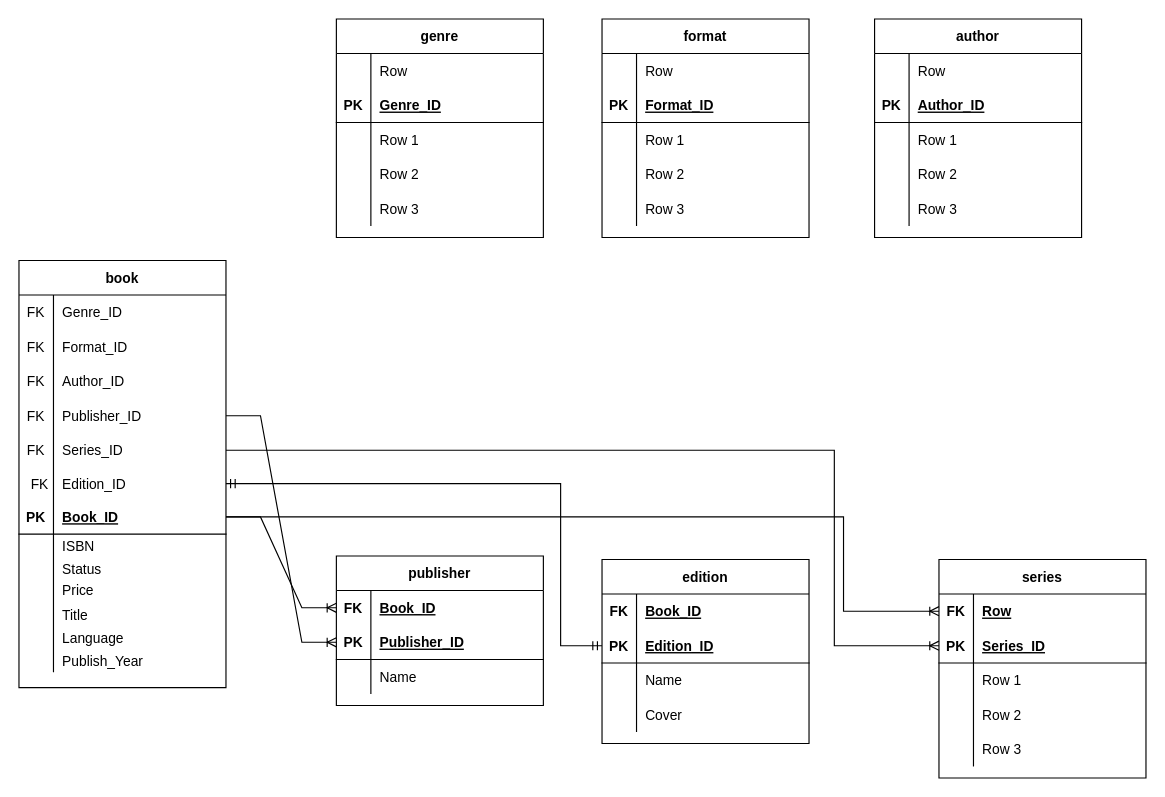
Before: Aufgabe2.drawio in ediiiz/ediiiz.github.io, a draw.io diagram. Source tidied: cells renumbered, new cells numbered last; positions are measured from the earlier drawing's top-left corner, leaving out a move shared by most shapes. Both pictures are drawn from the tidied source at 115%, with x=0, y=0 at pixel (18, 18).
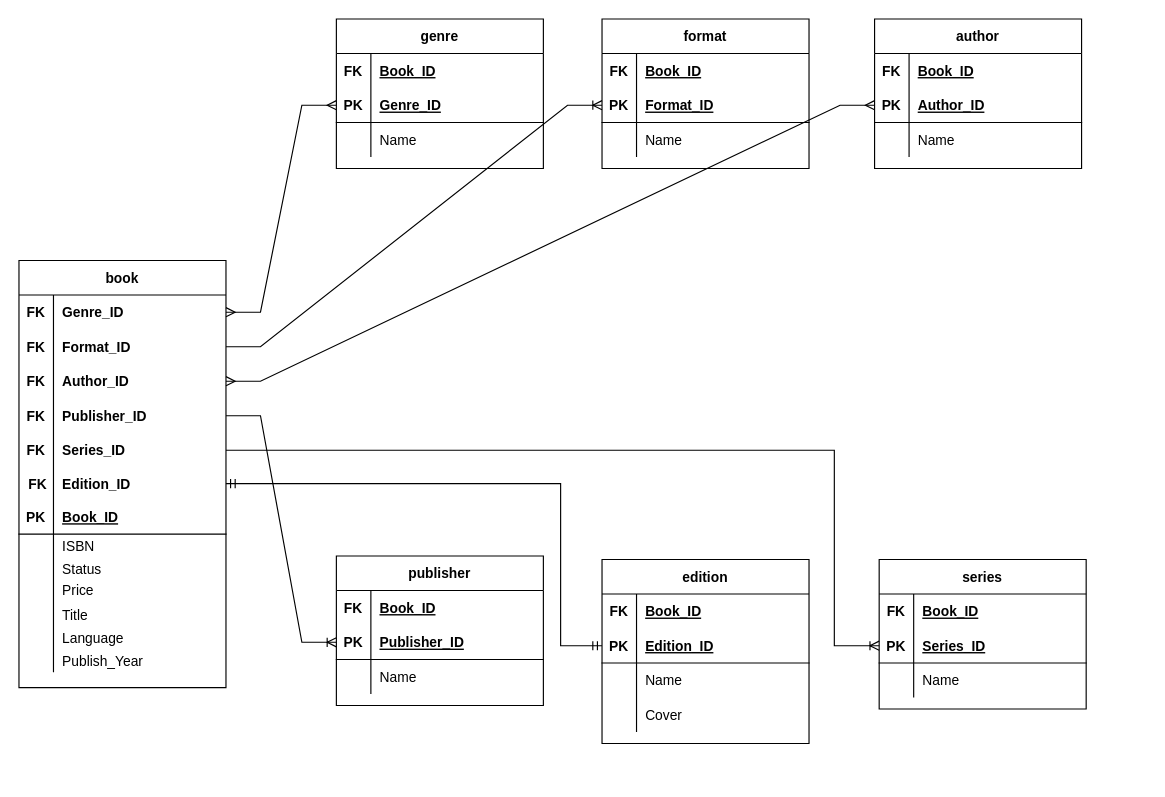
The same diagram, later.

The change refers to these unchanged cells:
```xml
<mxCell id="2" value="book" style="shape=table;startSize=30;childLayout=tableLayout;rowLines=0;fontStyle=1;align=center;" parent="1" vertex="1">
  <mxGeometry y="210" width="180" height="371.4" as="geometry" />
</mxCell>
<mxCell id="3" style="shape=partialRectangle;fillColor=none;top=0;left=0;bottom=0;right=0;points=[[0,0.5],[1,0.5]];portConstraint=eastwest;" parent="2" vertex="1">
  <mxGeometry y="30" width="180" height="30" as="geometry" />
</mxCell>
<mxCell id="6" style="shape=partialRectangle;fillColor=none;top=0;left=0;bottom=0;right=0;points=[[0,0.5],[1,0.5]];portConstraint=eastwest;" parent="2" vertex="1">
  <mxGeometry y="60" width="180" height="30" as="geometry" />
</mxCell>
<mxCell id="9" style="shape=partialRectangle;fillColor=none;top=0;left=0;bottom=0;right=0;points=[[0,0.5],[1,0.5]];portConstraint=eastwest;" parent="2" vertex="1">
  <mxGeometry y="90" width="180" height="30" as="geometry" />
</mxCell>
<mxCell id="15" style="shape=partialRectangle;fillColor=none;top=0;left=0;bottom=0;right=0;points=[[0,0.5],[1,0.5]];portConstraint=eastwest;" parent="2" vertex="1">
  <mxGeometry y="150" width="180" height="30" as="geometry" />
</mxCell>
<mxCell id="18" style="shape=partialRectangle;fillColor=none;top=0;left=0;bottom=0;right=0;points=[[0,0.5],[1,0.5]];portConstraint=eastwest;" parent="2" vertex="1">
  <mxGeometry y="180" width="180" height="28" as="geometry" />
</mxCell>
<mxCell id="21" style="shape=partialRectangle;fillColor=none;top=0;left=0;bottom=1;right=0;points=[[0,0.5],[1,0.5]];portConstraint=eastwest;" parent="2" vertex="1">
  <mxGeometry y="208" width="180" height="30" as="geometry" />
</mxCell>
<mxCell id="43" style="shape=partialRectangle;fillColor=none;top=0;left=0;bottom=0;right=0;" parent="42" vertex="1">
  <mxGeometry y="30" width="180" height="30" as="geometry" />
</mxCell>
<mxCell id="46" style="shape=partialRectangle;fillColor=none;top=0;left=0;bottom=1;right=0;points=[[0,0.5],[1,0.5]];portConstraint=eastwest;" parent="42" vertex="1">
  <mxGeometry y="60" width="180" height="30" as="geometry" />
</mxCell>
<mxCell id="49" style="shape=partialRectangle;fillColor=none;top=0;left=0;bottom=0;right=0;" parent="42" vertex="1">
  <mxGeometry y="90" width="180" height="30" as="geometry" />
</mxCell>
<mxCell id="72" style="shape=partialRectangle;fillColor=none;top=0;left=0;bottom=0;right=0;points=[[0,0.5],[1,0.5]];portConstraint=eastwest;" parent="71" vertex="1">
  <mxGeometry y="30" width="180" height="30" as="geometry" />
</mxCell>
<mxCell id="78" style="shape=partialRectangle;fillColor=none;top=0;left=0;bottom=0;right=0;" parent="71" vertex="1">
  <mxGeometry y="90" width="180" height="30" as="geometry" />
</mxCell>
<mxCell id="88" style="shape=partialRectangle;fillColor=none;top=0;left=0;bottom=0;right=0;" parent="87" vertex="1">
  <mxGeometry y="30" width="180" height="30" as="geometry" />
</mxCell>
<mxCell id="91" style="shape=partialRectangle;fillColor=none;top=0;left=0;bottom=1;right=0;points=[[0,0.5],[1,0.5]];portConstraint=eastwest;" parent="87" vertex="1">
  <mxGeometry y="60" width="180" height="30" as="geometry" />
</mxCell>
<mxCell id="94" style="shape=partialRectangle;fillColor=none;top=0;left=0;bottom=0;right=0;" parent="87" vertex="1">
  <mxGeometry y="90" width="180" height="30" as="geometry" />
</mxCell>
<mxCell id="104" style="shape=partialRectangle;fillColor=none;top=0;left=0;bottom=0;right=0;" parent="103" vertex="1">
  <mxGeometry y="30" width="180" height="30" as="geometry" />
</mxCell>
<mxCell id="107" style="shape=partialRectangle;fillColor=none;top=0;left=0;bottom=1;right=0;points=[[0,0.5],[1,0.5]];portConstraint=eastwest;" parent="103" vertex="1">
  <mxGeometry y="60" width="180" height="30" as="geometry" />
</mxCell>
<mxCell id="110" style="shape=partialRectangle;fillColor=none;top=0;left=0;bottom=0;right=0;" parent="103" vertex="1">
  <mxGeometry y="90" width="180" height="30" as="geometry" />
</mxCell>
<mxCell id="120" style="shape=partialRectangle;fillColor=none;top=0;left=0;bottom=0;right=0;points=[[0,0.5],[1,0.5]];portConstraint=eastwest;fontStyle=0;" parent="119" vertex="1">
  <mxGeometry y="30" width="180" height="30" as="geometry" />
</mxCell>
```

Change to the diagram source:
```diff
@@
-    <mxCell id="4" value="FK" style="shape=partialRectangle;fillColor=none;top=0;left=0;bottom=0;right=0;overflow=hidden;" parent="3" vertex="1">
+    <mxCell id="4" value="FK" style="shape=partialRectangle;fillColor=none;top=0;left=0;bottom=0;right=0;overflow=hidden;fontStyle=1;" parent="3" vertex="1">
       <mxGeometry width="30" height="30" as="geometry" />
     </mxCell>
-    <mxCell id="5" value="Genre_ID" style="shape=partialRectangle;fillColor=none;top=0;left=0;bottom=0;right=0;align=left;spacingLeft=6;overflow=hidden;" parent="3" vertex="1">
+    <mxCell id="5" value="Genre_ID" style="shape=partialRectangle;fillColor=none;top=0;left=0;bottom=0;right=0;align=left;spacingLeft=6;overflow=hidden;fontStyle=1;" parent="3" vertex="1">
       <mxGeometry x="30" width="150" height="30" as="geometry" />
     </mxCell>
@@
-    <mxCell id="7" value="FK" style="shape=partialRectangle;fillColor=none;top=0;left=0;bottom=0;right=0;overflow=hidden;" parent="6" vertex="1">
+    <mxCell id="7" value="FK" style="shape=partialRectangle;fillColor=none;top=0;left=0;bottom=0;right=0;overflow=hidden;fontStyle=1;" parent="6" vertex="1">
       <mxGeometry width="30" height="30" as="geometry" />
     </mxCell>
-    <mxCell id="8" value="Format_ID" style="shape=partialRectangle;fillColor=none;top=0;left=0;bottom=0;right=0;align=left;spacingLeft=6;overflow=hidden;" parent="6" vertex="1">
+    <mxCell id="8" value="Format_ID" style="shape=partialRectangle;fillColor=none;top=0;left=0;bottom=0;right=0;align=left;spacingLeft=6;overflow=hidden;fontStyle=1;" parent="6" vertex="1">
       <mxGeometry x="30" width="150" height="30" as="geometry" />
     </mxCell>
@@
-    <mxCell id="10" value="FK" style="shape=partialRectangle;fillColor=none;top=0;left=0;bottom=0;right=0;overflow=hidden;" parent="9" vertex="1">
+    <mxCell id="10" value="FK" style="shape=partialRectangle;fillColor=none;top=0;left=0;bottom=0;right=0;overflow=hidden;fontStyle=1;" parent="9" vertex="1">
       <mxGeometry width="30" height="30" as="geometry" />
     </mxCell>
-    <mxCell id="11" value="Author_ID" style="shape=partialRectangle;fillColor=none;top=0;left=0;bottom=0;right=0;align=left;spacingLeft=6;overflow=hidden;" parent="9" vertex="1">
+    <mxCell id="11" value="Author_ID" style="shape=partialRectangle;fillColor=none;top=0;left=0;bottom=0;right=0;align=left;spacingLeft=6;overflow=hidden;fontStyle=1;" parent="9" vertex="1">
       <mxGeometry x="30" width="150" height="30" as="geometry" />
     </mxCell>
-    <mxCell id="12" style="shape=partialRectangle;fillColor=none;top=0;left=0;bottom=0;right=0;points=[[0,0.5],[1,0.5]];portConstraint=eastwest;" parent="2" vertex="1">
+    <mxCell id="12" style="shape=partialRectangle;fillColor=none;top=0;left=0;bottom=0;right=0;points=[[0,0.5],[1,0.5]];portConstraint=eastwest;fontStyle=1;" parent="2" vertex="1">
       <mxGeometry y="120" width="180" height="30" as="geometry" />
     </mxCell>
-    <mxCell id="13" value="FK" style="shape=partialRectangle;fillColor=none;top=0;left=0;bottom=0;right=0;overflow=hidden;" parent="12" vertex="1">
+    <mxCell id="13" value="FK" style="shape=partialRectangle;fillColor=none;top=0;left=0;bottom=0;right=0;overflow=hidden;fontStyle=1;" parent="12" vertex="1">
       <mxGeometry width="30" height="30" as="geometry" />
     </mxCell>
-    <mxCell id="14" value="Publisher_ID" style="shape=partialRectangle;fillColor=none;top=0;left=0;bottom=0;right=0;align=left;spacingLeft=6;overflow=hidden;" parent="12" vertex="1">
+    <mxCell id="14" value="Publisher_ID" style="shape=partialRectangle;fillColor=none;top=0;left=0;bottom=0;right=0;align=left;spacingLeft=6;overflow=hidden;fontStyle=1;" parent="12" vertex="1">
       <mxGeometry x="30" width="150" height="30" as="geometry" />
     </mxCell>
@@
-    <mxCell id="16" value="FK" style="shape=partialRectangle;fillColor=none;top=0;left=0;bottom=0;right=0;overflow=hidden;" parent="15" vertex="1">
+    <mxCell id="16" value="FK" style="shape=partialRectangle;fillColor=none;top=0;left=0;bottom=0;right=0;overflow=hidden;fontStyle=1;" parent="15" vertex="1">
       <mxGeometry width="30" height="30" as="geometry" />
     </mxCell>
-    <mxCell id="17" value="Series_ID" style="shape=partialRectangle;fillColor=none;top=0;left=0;bottom=0;right=0;align=left;spacingLeft=6;overflow=hidden;" parent="15" vertex="1">
+    <mxCell id="17" value="Series_ID" style="shape=partialRectangle;fillColor=none;top=0;left=0;bottom=0;right=0;align=left;spacingLeft=6;overflow=hidden;fontStyle=1;" parent="15" vertex="1">
       <mxGeometry x="30" width="150" height="30" as="geometry" />
     </mxCell>
@@
-    <mxCell id="19" value="  FK" style="shape=partialRectangle;fillColor=none;top=0;left=0;bottom=0;right=0;overflow=hidden;" parent="18" vertex="1">
+    <mxCell id="19" value=" FK" style="shape=partialRectangle;fillColor=none;top=0;left=0;bottom=0;right=0;overflow=hidden;fontStyle=1;" parent="18" vertex="1">
       <mxGeometry width="30" height="28" as="geometry" />
     </mxCell>
-    <mxCell id="20" value="Edition_ID" style="shape=partialRectangle;fillColor=none;top=0;left=0;bottom=0;right=0;align=left;spacingLeft=6;overflow=hidden;" parent="18" vertex="1">
+    <mxCell id="20" value="Edition_ID" style="shape=partialRectangle;fillColor=none;top=0;left=0;bottom=0;right=0;align=left;spacingLeft=6;overflow=hidden;fontStyle=1;" parent="18" vertex="1">
       <mxGeometry x="30" width="150" height="28" as="geometry" />
     </mxCell>
@@
     <mxCell id="42" value="author" style="shape=table;startSize=30;childLayout=tableLayout;rowLines=0;fontStyle=1;align=center;" parent="1" vertex="1">
-      <mxGeometry x="744" width="180" height="190" as="geometry" />
+      <mxGeometry x="744" width="180" height="130" as="geometry" />
     </mxCell>
@@
-    <mxCell id="44" style="shape=partialRectangle;fillColor=none;top=0;left=0;bottom=0;right=0;overflow=hidden;" parent="43" vertex="1">
+    <mxCell id="44" value="FK" style="shape=partialRectangle;fillColor=none;top=0;left=0;bottom=0;right=0;overflow=hidden;fontStyle=1;" parent="43" vertex="1">
       <mxGeometry width="30" height="30" as="geometry" />
     </mxCell>
-    <mxCell id="45" value="Row" style="shape=partialRectangle;fillColor=none;top=0;left=0;bottom=0;right=0;align=left;spacingLeft=6;overflow=hidden;" parent="43" vertex="1">
+    <mxCell id="45" value="Book_ID" style="shape=partialRectangle;fillColor=none;top=0;left=0;bottom=0;right=0;align=left;spacingLeft=6;overflow=hidden;fontStyle=5;" parent="43" vertex="1">
       <mxGeometry x="30" width="150" height="30" as="geometry" />
     </mxCell>
@@
-    <mxCell id="51" value="Row 1" style="shape=partialRectangle;fillColor=none;top=0;left=0;bottom=0;right=0;align=left;spacingLeft=6;overflow=hidden;" parent="49" vertex="1">
+    <mxCell id="51" value="Name" style="shape=partialRectangle;fillColor=none;top=0;left=0;bottom=0;right=0;align=left;spacingLeft=6;overflow=hidden;" parent="49" vertex="1">
       <mxGeometry x="30" width="150" height="30" as="geometry" />
     </mxCell>
-    <mxCell id="52" style="shape=partialRectangle;fillColor=none;top=0;left=0;bottom=0;right=0;" parent="42" vertex="1">
-      <mxGeometry y="120" width="180" height="30" as="geometry" />
-    </mxCell>
-    <mxCell id="53" style="shape=partialRectangle;fillColor=none;top=0;left=0;bottom=0;right=0;overflow=hidden;" parent="52" vertex="1">
-      <mxGeometry width="30" height="30" as="geometry" />
-    </mxCell>
-    <mxCell id="54" value="Row 2" style="shape=partialRectangle;fillColor=none;top=0;left=0;bottom=0;right=0;align=left;spacingLeft=6;overflow=hidden;" parent="52" vertex="1">
-      <mxGeometry x="30" width="150" height="30" as="geometry" />
-    </mxCell>
-    <mxCell id="55" style="shape=partialRectangle;fillColor=none;top=0;left=0;bottom=0;right=0;" parent="42" vertex="1">
-      <mxGeometry y="150" width="180" height="30" as="geometry" />
-    </mxCell>
-    <mxCell id="56" style="shape=partialRectangle;fillColor=none;top=0;left=0;bottom=0;right=0;overflow=hidden;" parent="55" vertex="1">
-      <mxGeometry width="30" height="30" as="geometry" />
-    </mxCell>
-    <mxCell id="57" value="Row 3" style="shape=partialRectangle;fillColor=none;top=0;left=0;bottom=0;right=0;align=left;spacingLeft=6;overflow=hidden;" parent="55" vertex="1">
-      <mxGeometry x="30" width="150" height="30" as="geometry" />
-    </mxCell>
@@
     <mxCell id="71" value="series" style="shape=table;startSize=30;childLayout=tableLayout;rowLines=0;fontStyle=1;align=center;" parent="1" vertex="1">
-      <mxGeometry x="800" y="470" width="180" height="190" as="geometry" />
+      <mxGeometry x="748" y="470" width="180" height="130" as="geometry" />
     </mxCell>
@@
-    <mxCell id="74" value="Row" style="shape=partialRectangle;fillColor=none;top=0;left=0;bottom=0;right=0;align=left;spacingLeft=6;overflow=hidden;fontStyle=5;" parent="72" vertex="1">
+    <mxCell id="74" value="Book_ID" style="shape=partialRectangle;fillColor=none;top=0;left=0;bottom=0;right=0;align=left;spacingLeft=6;overflow=hidden;fontStyle=5;" parent="72" vertex="1">
       <mxGeometry x="30" width="150" height="30" as="geometry" />
     </mxCell>
@@
-    <mxCell id="80" value="Row 1" style="shape=partialRectangle;fillColor=none;top=0;left=0;bottom=0;right=0;align=left;spacingLeft=6;overflow=hidden;" parent="78" vertex="1">
+    <mxCell id="80" value="Name" style="shape=partialRectangle;fillColor=none;top=0;left=0;bottom=0;right=0;align=left;spacingLeft=6;overflow=hidden;" parent="78" vertex="1">
       <mxGeometry x="30" width="150" height="30" as="geometry" />
     </mxCell>
-    <mxCell id="81" style="shape=partialRectangle;fillColor=none;top=0;left=0;bottom=0;right=0;" parent="71" vertex="1">
-      <mxGeometry y="120" width="180" height="30" as="geometry" />
-    </mxCell>
-    <mxCell id="82" style="shape=partialRectangle;fillColor=none;top=0;left=0;bottom=0;right=0;overflow=hidden;" parent="81" vertex="1">
-      <mxGeometry width="30" height="30" as="geometry" />
-    </mxCell>
-    <mxCell id="83" value="Row 2" style="shape=partialRectangle;fillColor=none;top=0;left=0;bottom=0;right=0;align=left;spacingLeft=6;overflow=hidden;" parent="81" vertex="1">
-      <mxGeometry x="30" width="150" height="30" as="geometry" />
-    </mxCell>
-    <mxCell id="84" style="shape=partialRectangle;fillColor=none;top=0;left=0;bottom=0;right=0;" parent="71" vertex="1">
-      <mxGeometry y="150" width="180" height="30" as="geometry" />
-    </mxCell>
-    <mxCell id="85" style="shape=partialRectangle;fillColor=none;top=0;left=0;bottom=0;right=0;overflow=hidden;" parent="84" vertex="1">
-      <mxGeometry width="30" height="30" as="geometry" />
-    </mxCell>
-    <mxCell id="86" value="Row 3" style="shape=partialRectangle;fillColor=none;top=0;left=0;bottom=0;right=0;align=left;spacingLeft=6;overflow=hidden;" parent="84" vertex="1">
-      <mxGeometry x="30" width="150" height="30" as="geometry" />
-    </mxCell>
     <mxCell id="87" value="format" style="shape=table;startSize=30;childLayout=tableLayout;rowLines=0;fontStyle=1;align=center;" parent="1" vertex="1">
-      <mxGeometry x="507" width="180" height="190" as="geometry" />
+      <mxGeometry x="507" width="180" height="130" as="geometry" />
     </mxCell>
@@
-    <mxCell id="89" style="shape=partialRectangle;fillColor=none;top=0;left=0;bottom=0;right=0;overflow=hidden;" parent="88" vertex="1">
+    <mxCell id="89" value="FK" style="shape=partialRectangle;fillColor=none;top=0;left=0;bottom=0;right=0;overflow=hidden;fontStyle=1;" parent="88" vertex="1">
       <mxGeometry width="30" height="30" as="geometry" />
     </mxCell>
-    <mxCell id="90" value="Row" style="shape=partialRectangle;fillColor=none;top=0;left=0;bottom=0;right=0;align=left;spacingLeft=6;overflow=hidden;" parent="88" vertex="1">
+    <mxCell id="90" value="Book_ID" style="shape=partialRectangle;fillColor=none;top=0;left=0;bottom=0;right=0;align=left;spacingLeft=6;overflow=hidden;fontStyle=5;" parent="88" vertex="1">
       <mxGeometry x="30" width="150" height="30" as="geometry" />
     </mxCell>
@@
-    <mxCell id="96" value="Row 1" style="shape=partialRectangle;fillColor=none;top=0;left=0;bottom=0;right=0;align=left;spacingLeft=6;overflow=hidden;" parent="94" vertex="1">
+    <mxCell id="96" value="Name" style="shape=partialRectangle;fillColor=none;top=0;left=0;bottom=0;right=0;align=left;spacingLeft=6;overflow=hidden;" parent="94" vertex="1">
       <mxGeometry x="30" width="150" height="30" as="geometry" />
     </mxCell>
-    <mxCell id="97" style="shape=partialRectangle;fillColor=none;top=0;left=0;bottom=0;right=0;" parent="87" vertex="1">
-      <mxGeometry y="120" width="180" height="30" as="geometry" />
-    </mxCell>
-    <mxCell id="98" style="shape=partialRectangle;fillColor=none;top=0;left=0;bottom=0;right=0;overflow=hidden;" parent="97" vertex="1">
-      <mxGeometry width="30" height="30" as="geometry" />
-    </mxCell>
-    <mxCell id="99" value="Row 2" style="shape=partialRectangle;fillColor=none;top=0;left=0;bottom=0;right=0;align=left;spacingLeft=6;overflow=hidden;" parent="97" vertex="1">
-      <mxGeometry x="30" width="150" height="30" as="geometry" />
-    </mxCell>
-    <mxCell id="100" style="shape=partialRectangle;fillColor=none;top=0;left=0;bottom=0;right=0;" parent="87" vertex="1">
-      <mxGeometry y="150" width="180" height="30" as="geometry" />
-    </mxCell>
-    <mxCell id="101" style="shape=partialRectangle;fillColor=none;top=0;left=0;bottom=0;right=0;overflow=hidden;" parent="100" vertex="1">
-      <mxGeometry width="30" height="30" as="geometry" />
-    </mxCell>
-    <mxCell id="102" value="Row 3" style="shape=partialRectangle;fillColor=none;top=0;left=0;bottom=0;right=0;align=left;spacingLeft=6;overflow=hidden;" parent="100" vertex="1">
-      <mxGeometry x="30" width="150" height="30" as="geometry" />
-    </mxCell>
     <mxCell id="103" value="genre" style="shape=table;startSize=30;childLayout=tableLayout;rowLines=0;fontStyle=1;align=center;" parent="1" vertex="1">
-      <mxGeometry x="276" width="180" height="190" as="geometry" />
+      <mxGeometry x="276" width="180" height="130" as="geometry" />
     </mxCell>
@@
-    <mxCell id="105" style="shape=partialRectangle;fillColor=none;top=0;left=0;bottom=0;right=0;overflow=hidden;" parent="104" vertex="1">
+    <mxCell id="105" value="FK" style="shape=partialRectangle;fillColor=none;top=0;left=0;bottom=0;right=0;overflow=hidden;fontStyle=1;" parent="104" vertex="1">
       <mxGeometry width="30" height="30" as="geometry" />
     </mxCell>
-    <mxCell id="106" value="Row" style="shape=partialRectangle;fillColor=none;top=0;left=0;bottom=0;right=0;align=left;spacingLeft=6;overflow=hidden;" parent="104" vertex="1">
+    <mxCell id="106" value="Book_ID" style="shape=partialRectangle;fillColor=none;top=0;left=0;bottom=0;right=0;align=left;spacingLeft=6;overflow=hidden;fontStyle=5;" parent="104" vertex="1">
       <mxGeometry x="30" width="150" height="30" as="geometry" />
     </mxCell>
@@
-    <mxCell id="112" value="Row 1" style="shape=partialRectangle;fillColor=none;top=0;left=0;bottom=0;right=0;align=left;spacingLeft=6;overflow=hidden;" parent="110" vertex="1">
+    <mxCell id="112" value="Name" style="shape=partialRectangle;fillColor=none;top=0;left=0;bottom=0;right=0;align=left;spacingLeft=6;overflow=hidden;" parent="110" vertex="1">
       <mxGeometry x="30" width="150" height="30" as="geometry" />
     </mxCell>
-    <mxCell id="113" style="shape=partialRectangle;fillColor=none;top=0;left=0;bottom=0;right=0;" parent="103" vertex="1">
-      <mxGeometry y="120" width="180" height="30" as="geometry" />
-    </mxCell>
-    <mxCell id="114" style="shape=partialRectangle;fillColor=none;top=0;left=0;bottom=0;right=0;overflow=hidden;" parent="113" vertex="1">
-      <mxGeometry width="30" height="30" as="geometry" />
-    </mxCell>
-    <mxCell id="115" value="Row 2" style="shape=partialRectangle;fillColor=none;top=0;left=0;bottom=0;right=0;align=left;spacingLeft=6;overflow=hidden;" parent="113" vertex="1">
-      <mxGeometry x="30" width="150" height="30" as="geometry" />
-    </mxCell>
-    <mxCell id="116" style="shape=partialRectangle;fillColor=none;top=0;left=0;bottom=0;right=0;" parent="103" vertex="1">
-      <mxGeometry y="150" width="180" height="30" as="geometry" />
-    </mxCell>
-    <mxCell id="117" style="shape=partialRectangle;fillColor=none;top=0;left=0;bottom=0;right=0;overflow=hidden;" parent="116" vertex="1">
-      <mxGeometry width="30" height="30" as="geometry" />
-    </mxCell>
-    <mxCell id="118" value="Row 3" style="shape=partialRectangle;fillColor=none;top=0;left=0;bottom=0;right=0;align=left;spacingLeft=6;overflow=hidden;" parent="116" vertex="1">
-      <mxGeometry x="30" width="150" height="30" as="geometry" />
-    </mxCell>
@@
-    <mxCell id="130" style="edgeStyle=entityRelationEdgeStyle;fontSize=12;html=1;endArrow=ERoneToMany;rounded=0;exitX=1;exitY=0.5;exitDx=0;exitDy=0;entryX=0;entryY=0.5;entryDx=0;entryDy=0;" parent="1" edge="1" source="21" target="120">
-      <mxGeometry relative="1" as="geometry" />
-    </mxCell>
@@
-    <mxCell id="132" style="edgeStyle=orthogonalEdgeStyle;fontSize=12;html=1;endArrow=ERoneToMany;rounded=0;exitX=1;exitY=0.5;exitDx=0;exitDy=0;entryX=0;entryY=0.5;entryDx=0;entryDy=0;" parent="1" edge="1" source="21" target="72">
-      <mxGeometry relative="1" as="geometry">
-        <Array as="points">
-          <mxPoint x="717" y="433" />
-          <mxPoint x="717" y="515" />
-        </Array>
-      </mxGeometry>
-    </mxCell>
@@
+    <mxCell id="134" style="edgeStyle=entityRelationEdgeStyle;fontSize=12;html=1;endArrow=ERoneToMany;rounded=0;exitX=1;exitY=0.5;exitDx=0;exitDy=0;entryX=0;entryY=0.5;entryDx=0;entryDy=0;" parent="1" edge="1" source="6" target="91">
+      <mxGeometry relative="1" as="geometry" />
+    </mxCell>
+    <mxCell id="135" style="edgeStyle=entityRelationEdgeStyle;fontSize=12;html=1;endArrow=ERmany;startArrow=ERmany;rounded=0;exitX=1;exitY=0.5;exitDx=0;exitDy=0;entryX=0;entryY=0.5;entryDx=0;entryDy=0;" parent="1" edge="1" source="3" target="107">
+      <mxGeometry relative="1" as="geometry" />
+    </mxCell>
+    <mxCell id="136" style="edgeStyle=entityRelationEdgeStyle;fontSize=12;html=1;endArrow=ERmany;startArrow=ERmany;rounded=0;exitX=1;exitY=0.5;exitDx=0;exitDy=0;entryX=0;entryY=0.5;entryDx=0;entryDy=0;" parent="1" edge="1" source="9" target="46">
+      <mxGeometry relative="1" as="geometry" />
+    </mxCell>
```
